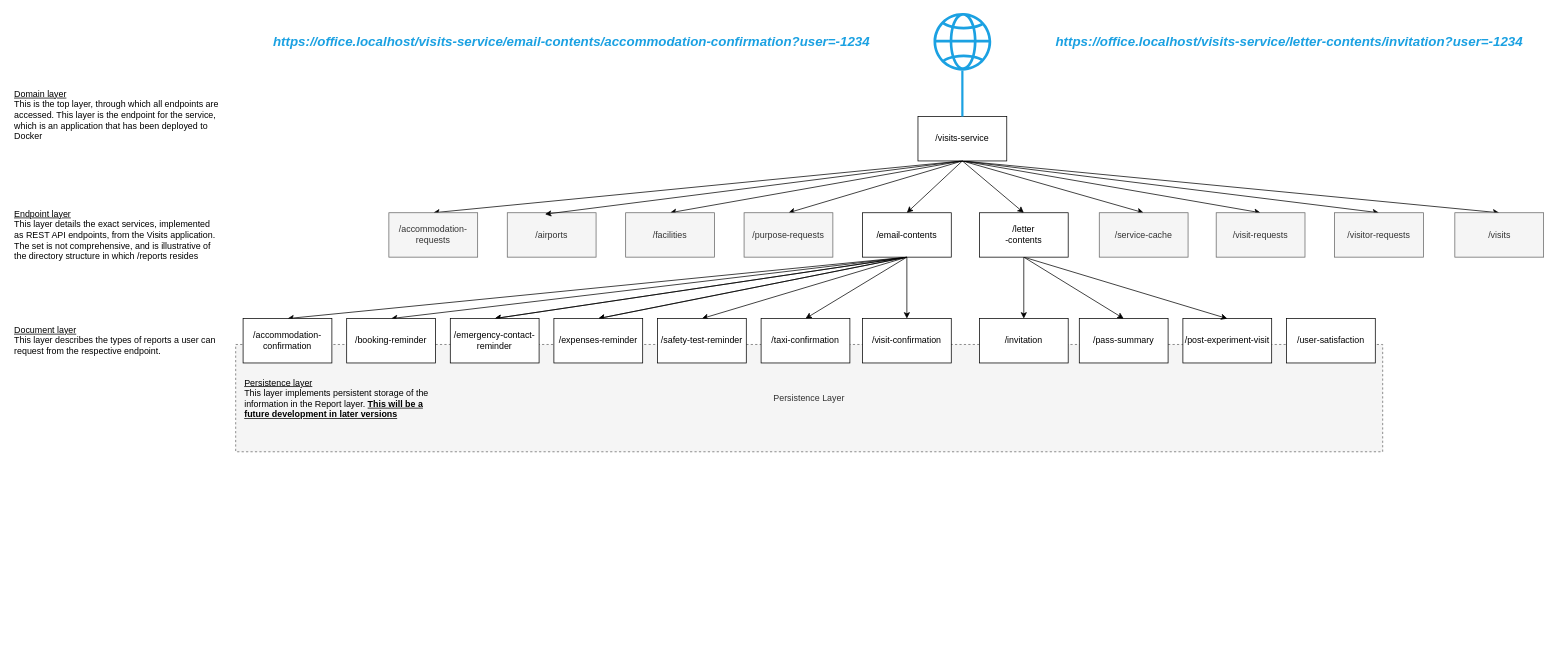
Above: Service URL hierarchy.drawio in ambolt314/FinalProjectDesign (draw.io), before the change. Source tidied: cells renumbered, new cells numbered last; positions are measured from the earlier drawing's top-left corner, leaving out a move shared by most shapes. Both pictures are drawn from the tidied source at 74%, with x=0, y=0 at pixel (13, 13).
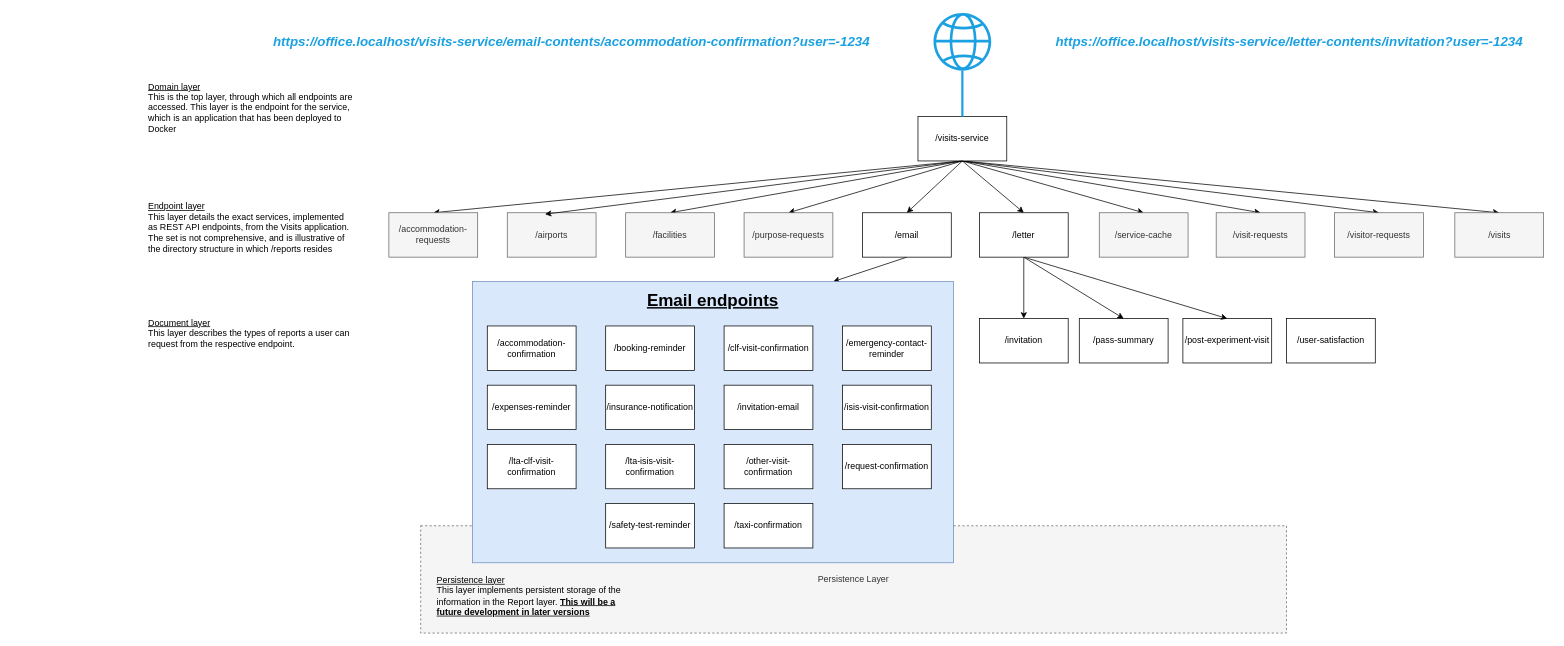
The same page after the edit.

Commit message:
Email endpoints updated

What changed in the source:
```diff
@@
-    <mxCell id="2" value="Persistence Layer" style="rounded=0;whiteSpace=wrap;html=1;fillColor=#f5f5f5;fontColor=#333333;strokeColor=#666666;dashed=1;" parent="1" vertex="1">
-      <mxGeometry x="301" y="448" width="1550" height="145" as="geometry" />
-    </mxCell>
@@
-    <mxCell id="12" style="edgeStyle=none;rounded=0;jettySize=auto;html=1;entryX=0.5;entryY=0;entryDx=0;entryDy=0;exitX=0.5;exitY=1;exitDx=0;exitDy=0;" parent="1" edge="1" source="19" target="32">
-      <mxGeometry relative="1" as="geometry" />
-    </mxCell>
-    <mxCell id="13" style="edgeStyle=none;rounded=0;jettySize=auto;html=1;entryX=0.5;entryY=0;entryDx=0;entryDy=0;exitX=0.5;exitY=1;exitDx=0;exitDy=0;" parent="1" edge="1" source="19" target="29">
-      <mxGeometry relative="1" as="geometry" />
-    </mxCell>
-    <mxCell id="14" style="edgeStyle=none;rounded=0;jettySize=auto;html=1;entryX=0.5;entryY=0;entryDx=0;entryDy=0;exitX=0.5;exitY=1;exitDx=0;exitDy=0;" parent="1" edge="1" source="19" target="53">
-      <mxGeometry relative="1" as="geometry" />
-    </mxCell>
-    <mxCell id="15" style="edgeStyle=none;rounded=0;jettySize=auto;html=1;entryX=0.5;entryY=0;entryDx=0;entryDy=0;exitX=0.5;exitY=1;exitDx=0;exitDy=0;" parent="1" edge="1" source="19" target="51">
-      <mxGeometry relative="1" as="geometry" />
-    </mxCell>
-    <mxCell id="16" style="edgeStyle=none;rounded=0;jettySize=auto;html=1;entryX=0.5;entryY=0;entryDx=0;entryDy=0;exitX=0.5;exitY=1;exitDx=0;exitDy=0;" parent="1" edge="1" source="19" target="38">
-      <mxGeometry relative="1" as="geometry" />
-    </mxCell>
-    <mxCell id="17" style="edgeStyle=none;rounded=0;jettySize=auto;html=1;entryX=0.5;entryY=0;entryDx=0;entryDy=0;exitX=0.5;exitY=1;exitDx=0;exitDy=0;" parent="1" edge="1" source="19" target="20">
-      <mxGeometry relative="1" as="geometry" />
-    </mxCell>
-    <mxCell id="18" style="edgeStyle=none;rounded=0;jettySize=auto;html=1;entryX=0.5;entryY=0;entryDx=0;entryDy=0;exitX=0.5;exitY=1;exitDx=0;exitDy=0;" parent="1" edge="1" source="19" target="28">
-      <mxGeometry relative="1" as="geometry" />
-    </mxCell>
+    <mxCell id="55" style="rounded=0;jettySize=auto;html=1;entryX=0.75;entryY=0;entryDx=0;entryDy=0;exitX=0.5;exitY=1;exitDx=0;exitDy=0;" parent="1" edge="1" source="19" target="57">
+      <mxGeometry relative="1" as="geometry" />
+    </mxCell>
-    <mxCell id="19" value="/email-contents" style="rounded=0;whiteSpace=wrap;html=1;" parent="1" vertex="1">
+    <mxCell id="19" value="/email" style="rounded=0;whiteSpace=wrap;html=1;" parent="1" vertex="1">
       <mxGeometry x="1148" y="270" width="120" height="60" as="geometry" />
     </mxCell>
-    <mxCell id="20" value="/taxi-confirmation" style="rounded=0;whiteSpace=wrap;html=1;" parent="1" vertex="1">
-      <mxGeometry x="1011" y="413" width="120" height="60" as="geometry" />
-    </mxCell>
@@
-    <mxCell id="28" value="/visit-confirmation" style="rounded=0;whiteSpace=wrap;html=1;" parent="1" vertex="1">
-      <mxGeometry x="1148" y="413" width="120" height="60" as="geometry" />
-    </mxCell>
-    <mxCell id="29" value="/booking-reminder" style="rounded=0;whiteSpace=wrap;html=1;" parent="1" vertex="1">
-      <mxGeometry x="451" y="413" width="120" height="60" as="geometry" />
-    </mxCell>
     <mxCell id="30" value="&lt;div align=&quot;left&quot;&gt;&lt;u&gt;Domain layer&lt;/u&gt;&lt;/div&gt;&lt;div align=&quot;left&quot;&gt;This is the top layer, through which all endpoints are accessed. This layer is the endpoint for the service, which is an application that has been deployed to Docker&lt;br&gt;&lt;/div&gt;" style="text;html=1;align=left;verticalAlign=middle;whiteSpace=wrap;rounded=0;" parent="1" vertex="1">
-      <mxGeometry y="123" width="280" height="30" as="geometry" />
+      <mxGeometry x="181" y="113" width="280" height="30" as="geometry" />
     </mxCell>
     <mxCell id="31" value="&lt;u&gt;Document layer&lt;br&gt;&lt;/u&gt;&lt;div align=&quot;left&quot;&gt;This layer describes the types of reports a user can request from the respective endpoint.&lt;br&gt;&lt;/div&gt;" style="text;html=1;align=left;verticalAlign=middle;whiteSpace=wrap;rounded=0;" parent="1" vertex="1">
-      <mxGeometry y="428" width="280" height="30" as="geometry" />
+      <mxGeometry x="181" y="418" width="280" height="30" as="geometry" />
     </mxCell>
-    <mxCell id="32" value="/accommodation-confirmation" style="rounded=0;whiteSpace=wrap;html=1;" parent="1" vertex="1">
-      <mxGeometry x="311" y="413" width="120" height="60" as="geometry" />
-    </mxCell>
     <mxCell id="33" value="&lt;u&gt;Endpoint layer&lt;/u&gt;&lt;div align=&quot;left&quot;&gt;This layer details the exact services, implemented as REST API endpoints, from the Visits application. The set is not comprehensive, and is illustrative of the directory structure in which /reports resides&lt;br&gt;&lt;/div&gt;" style="text;html=1;align=left;verticalAlign=middle;whiteSpace=wrap;rounded=0;" parent="1" vertex="1">
-      <mxGeometry y="285" width="280" height="30" as="geometry" />
+      <mxGeometry x="181" y="275" width="280" height="30" as="geometry" />
     </mxCell>
@@
-    <mxCell id="38" value="/safety-test-reminder" style="rounded=0;whiteSpace=wrap;html=1;" parent="1" vertex="1">
-      <mxGeometry x="871" y="413" width="120" height="60" as="geometry" />
-    </mxCell>
@@
-    <mxCell id="45" value="&lt;div&gt;/letter&lt;/div&gt;-contents" style="rounded=0;whiteSpace=wrap;html=1;" parent="1" vertex="1">
+    <mxCell id="45" value="&lt;div&gt;/letter&lt;/div&gt;" style="rounded=0;whiteSpace=wrap;html=1;" parent="1" vertex="1">
       <mxGeometry x="1306" y="270" width="120" height="60" as="geometry" />
     </mxCell>
@@
+    <mxCell id="54" value="&lt;div align=&quot;center&quot;&gt;&lt;font color=&quot;#1ba1e2&quot;&gt;&lt;i&gt;&lt;font style=&quot;font-size: 18px;&quot;&gt;&lt;b&gt;https://office.localhost/visits-service/letter-contents/invitation?user=-1234&lt;/b&gt;&lt;/font&gt;&lt;/i&gt;&lt;/font&gt;&lt;/div&gt;" style="text;html=1;align=center;verticalAlign=middle;whiteSpace=wrap;rounded=0;" parent="1" vertex="1">
+      <mxGeometry x="1371" y="24" width="708" height="30" as="geometry" />
+    </mxCell>
+    <mxCell id="56" style="group;" parent="1" vertex="1">
+      <mxGeometry x="621" y="363" width="1100" height="475" as="geometry" />
+    </mxCell>
+    <mxCell id="2" value="Persistence Layer" style="rounded=0;whiteSpace=wrap;html=1;fillColor=#f5f5f5;fontColor=#333333;strokeColor=#666666;dashed=1;" parent="56" vertex="1">
+      <mxGeometry x="-70" y="330" width="1170" height="145" as="geometry" />
+    </mxCell>
+    <mxCell id="57" style="rounded=0;whiteSpace=wrap;html=1;fillColor=#dae8fc;strokeColor=#6c8ebf;" parent="56" vertex="1">
+      <mxGeometry width="650" height="380" as="geometry" />
+    </mxCell>
+    <mxCell id="20" value="/taxi-confirmation" style="rounded=0;whiteSpace=wrap;html=1;" parent="56" vertex="1">
+      <mxGeometry x="340" y="300" width="120" height="60" as="geometry" />
+    </mxCell>
+    <mxCell id="28" value="/request-confirmation" style="rounded=0;whiteSpace=wrap;html=1;" parent="56" vertex="1">
+      <mxGeometry x="500" y="220" width="120" height="60" as="geometry" />
+    </mxCell>
+    <mxCell id="29" value="/booking-reminder" style="rounded=0;whiteSpace=wrap;html=1;" parent="56" vertex="1">
+      <mxGeometry x="180" y="60" width="120" height="60" as="geometry" />
+    </mxCell>
+    <mxCell id="32" value="/accommodation-confirmation" style="rounded=0;whiteSpace=wrap;html=1;" parent="56" vertex="1">
+      <mxGeometry x="20" y="60" width="120" height="60" as="geometry" />
+    </mxCell>
+    <mxCell id="38" value="/safety-test-reminder" style="rounded=0;whiteSpace=wrap;html=1;" parent="56" vertex="1">
+      <mxGeometry x="180" y="300" width="120" height="60" as="geometry" />
+    </mxCell>
+    <mxCell id="51" value="/expenses-reminder" style="rounded=0;whiteSpace=wrap;html=1;" parent="56" vertex="1">
+      <mxGeometry x="20" y="140" width="120" height="60" as="geometry" />
+    </mxCell>
+    <mxCell id="53" value="/emergency-contact-reminder" style="rounded=0;whiteSpace=wrap;html=1;" parent="56" vertex="1">
+      <mxGeometry x="500" y="60" width="120" height="60" as="geometry" />
+    </mxCell>
+    <mxCell id="58" value="/clf-visit-confirmation" style="rounded=0;whiteSpace=wrap;html=1;" parent="56" vertex="1">
+      <mxGeometry x="340" y="60" width="120" height="60" as="geometry" />
+    </mxCell>
+    <mxCell id="59" value="/insurance-notification" style="rounded=0;whiteSpace=wrap;html=1;" parent="56" vertex="1">
+      <mxGeometry x="180" y="140" width="120" height="60" as="geometry" />
+    </mxCell>
+    <mxCell id="60" value="/invitation-email" style="rounded=0;whiteSpace=wrap;html=1;" parent="56" vertex="1">
+      <mxGeometry x="340" y="140" width="120" height="60" as="geometry" />
+    </mxCell>
+    <mxCell id="61" value="/isis-visit-confirmation" style="rounded=0;whiteSpace=wrap;html=1;" parent="56" vertex="1">
+      <mxGeometry x="500" y="140" width="120" height="60" as="geometry" />
+    </mxCell>
+    <mxCell id="62" value="/lta-isis-visit-confirmation" style="rounded=0;whiteSpace=wrap;html=1;" parent="56" vertex="1">
+      <mxGeometry x="180" y="220" width="120" height="60" as="geometry" />
+    </mxCell>
+    <mxCell id="63" value="/lta-clf-visit-confirmation" style="rounded=0;whiteSpace=wrap;html=1;" parent="56" vertex="1">
+      <mxGeometry x="20" y="220" width="120" height="60" as="geometry" />
+    </mxCell>
+    <mxCell id="64" value="/other-visit-confirmation" style="rounded=0;whiteSpace=wrap;html=1;" parent="56" vertex="1">
+      <mxGeometry x="340" y="220" width="120" height="60" as="geometry" />
+    </mxCell>
+    <mxCell id="65" value="&lt;b style=&quot;font-size: 23px;&quot;&gt;&lt;u&gt;Email endpoints&lt;/u&gt;&lt;br&gt;&lt;/b&gt;" style="text;html=1;align=center;verticalAlign=middle;whiteSpace=wrap;rounded=0;" parent="56" vertex="1">
+      <mxGeometry x="205" y="10" width="240" height="30" as="geometry" />
+    </mxCell>
-    <mxCell id="49" value="&lt;u&gt;Persistence layer&lt;br&gt;&lt;/u&gt;&lt;div align=&quot;left&quot;&gt;This layer implements persistent storage of the information in the Report layer. &lt;b&gt;&lt;u&gt;This will be a future development in later versions&lt;/u&gt;&lt;/b&gt;&lt;br&gt;&lt;/div&gt;" style="text;html=1;align=left;verticalAlign=middle;whiteSpace=wrap;rounded=0;" parent="1" vertex="1">
-      <mxGeometry x="311" y="505.5" width="280" height="30" as="geometry" />
+    <mxCell id="49" value="&lt;u&gt;Persistence layer&lt;br&gt;&lt;/u&gt;&lt;div align=&quot;left&quot;&gt;This layer implements persistent storage of the information in the Report layer. &lt;b&gt;&lt;u&gt;This will be a future development in later versions&lt;/u&gt;&lt;/b&gt;&lt;br&gt;&lt;/div&gt;" style="text;html=1;align=left;verticalAlign=middle;whiteSpace=wrap;rounded=0;" parent="56" vertex="1">
+      <mxGeometry x="-50" y="410" width="280" height="30" as="geometry" />
     </mxCell>
-    <mxCell id="50" style="edgeStyle=none;rounded=0;jettySize=auto;html=1;entryX=0.5;entryY=0;entryDx=0;entryDy=0;exitX=0.5;exitY=1;exitDx=0;exitDy=0;" parent="1" edge="1" source="19" target="51">
-      <mxGeometry relative="1" as="geometry" />
-    </mxCell>
-    <mxCell id="51" value="/expenses-reminder" style="rounded=0;whiteSpace=wrap;html=1;" parent="1" vertex="1">
-      <mxGeometry x="731" y="413" width="120" height="60" as="geometry" />
-    </mxCell>
-    <mxCell id="52" style="edgeStyle=none;rounded=0;jettySize=auto;html=1;entryX=0.5;entryY=0;entryDx=0;entryDy=0;exitX=0.5;exitY=1;exitDx=0;exitDy=0;" parent="1" edge="1" source="19" target="53">
-      <mxGeometry relative="1" as="geometry" />
-    </mxCell>
-    <mxCell id="53" value="/emergency-contact-reminder" style="rounded=0;whiteSpace=wrap;html=1;" parent="1" vertex="1">
-      <mxGeometry x="591" y="413" width="120" height="60" as="geometry" />
-    </mxCell>
-    <mxCell id="54" value="&lt;div align=&quot;center&quot;&gt;&lt;font color=&quot;#1ba1e2&quot;&gt;&lt;i&gt;&lt;font style=&quot;font-size: 18px;&quot;&gt;&lt;b&gt;https://office.localhost/visits-service/letter-contents/invitation?user=-1234&lt;/b&gt;&lt;/font&gt;&lt;/i&gt;&lt;/font&gt;&lt;/div&gt;" style="text;html=1;align=center;verticalAlign=middle;whiteSpace=wrap;rounded=0;" parent="1" vertex="1">
-      <mxGeometry x="1371" y="24" width="708" height="30" as="geometry" />
-    </mxCell>
```
